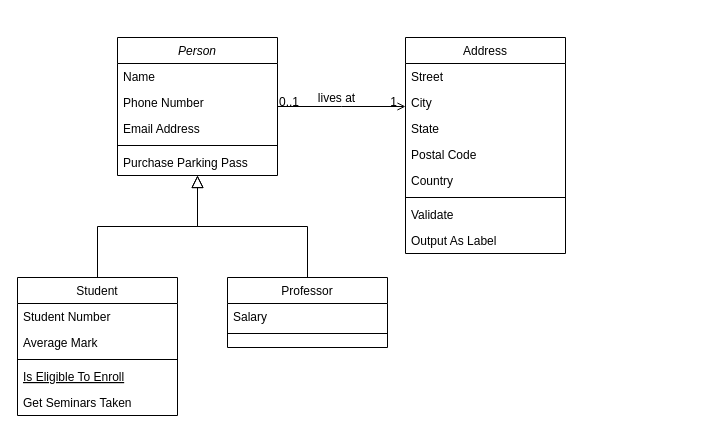
Before: Assignment9/Untitled Diagram.drawio in stevenbutz/CSCI-C212, a draw.io diagram. Source tidied: cells renumbered, new cells numbered last; positions are measured from the earlier drawing's top-left corner, leaving out a move shared by most shapes. Both pictures are drawn from the tidied source at 100%, with x=0, y=0 at pixel (17, 37).
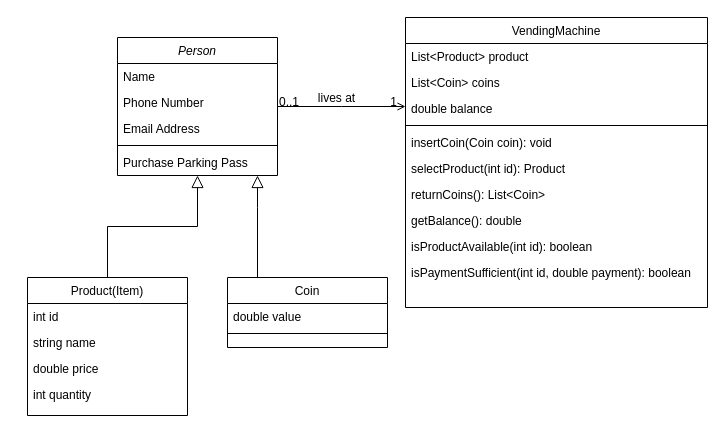
The same diagram, later.

The change refers to these unchanged cells:
```xml
<mxCell id="2" value="Person" style="swimlane;fontStyle=2;align=center;verticalAlign=top;horizontal=1;startSize=26;rounded=0;shadow=0;strokeWidth=1;" parent="1" vertex="1">
  <mxGeometry x="100" width="160" height="138" as="geometry" />
</mxCell>
```

Diff of the diagram source:
```diff
@@
-    <mxCell id="8" value="Student" style="swimlane;fontStyle=0;align=center;verticalAlign=top;horizontal=1;startSize=26;rounded=0;shadow=0;strokeWidth=1;" parent="1" vertex="1">
-      <mxGeometry y="240" width="160" height="138" as="geometry" />
+    <mxCell id="8" value="Product(Item)" style="swimlane;fontStyle=0;align=center;verticalAlign=top;horizontal=1;startSize=26;rounded=0;shadow=0;strokeWidth=1;" parent="1" vertex="1">
+      <mxGeometry x="10" y="240" width="160" height="138" as="geometry" />
     </mxCell>
-    <mxCell id="9" value="Student Number" style="text;align=left;verticalAlign=top;spacingLeft=4;spacingRight=4;overflow=hidden;" parent="8" vertex="1">
+    <mxCell id="9" value="int id" style="text;align=left;verticalAlign=top;spacingLeft=4;spacingRight=4;overflow=hidden;" parent="8" vertex="1">
       <mxGeometry y="26" width="160" height="26" as="geometry" />
     </mxCell>
-    <mxCell id="10" value="Average Mark" style="text;align=left;verticalAlign=top;spacingLeft=4;spacingRight=4;overflow=hidden;rounded=0;shadow=0;html=0;" parent="8" vertex="1">
+    <mxCell id="10" value="string name" style="text;align=left;verticalAlign=top;spacingLeft=4;spacingRight=4;overflow=hidden;rounded=0;shadow=0;html=0;" parent="8" vertex="1">
       <mxGeometry y="52" width="160" height="26" as="geometry" />
     </mxCell>
-    <mxCell id="11" style="line;html=1;strokeWidth=1;align=left;verticalAlign=middle;spacingTop=-1;spacingLeft=3;spacingRight=3;labelPosition=right;" parent="8" vertex="1">
-      <mxGeometry y="78" width="160" height="8" as="geometry" />
-    </mxCell>
-    <mxCell id="12" value="Is Eligible To Enroll" style="text;align=left;verticalAlign=top;spacingLeft=4;spacingRight=4;overflow=hidden;fontStyle=4;" parent="8" vertex="1">
-      <mxGeometry y="86" width="160" height="26" as="geometry" />
+    <mxCell id="12" value="double price" style="text;align=left;verticalAlign=top;spacingLeft=4;spacingRight=4;overflow=hidden;fontStyle=0;" parent="8" vertex="1">
+      <mxGeometry y="78" width="160" height="26" as="geometry" />
     </mxCell>
-    <mxCell id="13" value="Get Seminars Taken" style="text;align=left;verticalAlign=top;spacingLeft=4;spacingRight=4;overflow=hidden;" parent="8" vertex="1">
-      <mxGeometry y="112" width="160" height="26" as="geometry" />
+    <mxCell id="13" value="int quantity" style="text;align=left;verticalAlign=top;spacingLeft=4;spacingRight=4;overflow=hidden;" parent="8" vertex="1">
+      <mxGeometry y="104" width="160" height="26" as="geometry" />
     </mxCell>
@@
-    <mxCell id="15" value="Professor" style="swimlane;fontStyle=0;align=center;verticalAlign=top;horizontal=1;startSize=26;rounded=0;shadow=0;strokeWidth=1;" parent="1" vertex="1">
+    <mxCell id="15" value="Coin" style="swimlane;fontStyle=0;align=center;verticalAlign=top;horizontal=1;startSize=26;rounded=0;shadow=0;strokeWidth=1;" parent="1" vertex="1">
       <mxGeometry x="210" y="240" width="160" height="70" as="geometry" />
     </mxCell>
-    <mxCell id="16" value="Salary" style="text;align=left;verticalAlign=top;spacingLeft=4;spacingRight=4;overflow=hidden;" parent="15" vertex="1">
+    <mxCell id="16" value="double value" style="text;align=left;verticalAlign=top;spacingLeft=4;spacingRight=4;overflow=hidden;" parent="15" vertex="1">
       <mxGeometry y="26" width="160" height="26" as="geometry" />
     </mxCell>
@@
     <mxCell id="18" style="endArrow=block;endSize=10;endFill=0;shadow=0;strokeWidth=1;rounded=0;edgeStyle=elbowEdgeStyle;elbow=vertical;" parent="1" edge="1" source="15" target="2">
-      <mxGeometry relative="1" as="geometry" />
+      <mxGeometry relative="1" as="geometry">
+        <Array as="points">
+          <mxPoint x="240" y="170" />
+          <mxPoint x="270" y="180" />
+        </Array>
+      </mxGeometry>
     </mxCell>
-    <mxCell id="19" value="Address" style="swimlane;fontStyle=0;align=center;verticalAlign=top;horizontal=1;startSize=26;rounded=0;shadow=0;strokeWidth=1;" parent="1" vertex="1">
-      <mxGeometry x="388" width="160" height="216" as="geometry" />
+    <mxCell id="19" value="VendingMachine" style="swimlane;fontStyle=0;align=center;verticalAlign=top;horizontal=1;startSize=26;rounded=0;shadow=0;strokeWidth=1;" parent="1" vertex="1">
+      <mxGeometry x="388" y="-20" width="302" height="290" as="geometry" />
     </mxCell>
-    <mxCell id="20" value="Street" style="text;align=left;verticalAlign=top;spacingLeft=4;spacingRight=4;overflow=hidden;" parent="19" vertex="1">
-      <mxGeometry y="26" width="160" height="26" as="geometry" />
+    <mxCell id="20" value="List&lt;Product&gt; product" style="text;align=left;verticalAlign=top;spacingLeft=4;spacingRight=4;overflow=hidden;" parent="19" vertex="1">
+      <mxGeometry y="26" width="302" height="26" as="geometry" />
     </mxCell>
-    <mxCell id="21" value="City" style="text;align=left;verticalAlign=top;spacingLeft=4;spacingRight=4;overflow=hidden;rounded=0;shadow=0;html=0;" parent="19" vertex="1">
-      <mxGeometry y="52" width="160" height="26" as="geometry" />
+    <mxCell id="21" value="List&lt;Coin&gt; coins" style="text;align=left;verticalAlign=top;spacingLeft=4;spacingRight=4;overflow=hidden;rounded=0;shadow=0;html=0;" parent="19" vertex="1">
+      <mxGeometry y="52" width="302" height="26" as="geometry" />
     </mxCell>
-    <mxCell id="22" value="State" style="text;align=left;verticalAlign=top;spacingLeft=4;spacingRight=4;overflow=hidden;rounded=0;shadow=0;html=0;" parent="19" vertex="1">
-      <mxGeometry y="78" width="160" height="26" as="geometry" />
+    <mxCell id="22" value="double balance" style="text;align=left;verticalAlign=top;spacingLeft=4;spacingRight=4;overflow=hidden;rounded=0;shadow=0;html=0;" parent="19" vertex="1">
+      <mxGeometry y="78" width="302" height="26" as="geometry" />
     </mxCell>
+    <mxCell id="25" style="line;html=1;strokeWidth=1;align=left;verticalAlign=middle;spacingTop=-1;spacingLeft=3;spacingRight=3;labelPosition=right;" parent="19" vertex="1">
+      <mxGeometry y="104" width="302" height="8" as="geometry" />
+    </mxCell>
-    <mxCell id="23" value="Postal Code" style="text;align=left;verticalAlign=top;spacingLeft=4;spacingRight=4;overflow=hidden;rounded=0;shadow=0;html=0;" parent="19" vertex="1">
-      <mxGeometry y="104" width="160" height="26" as="geometry" />
+    <mxCell id="23" value="insertCoin(Coin coin): void" style="text;align=left;verticalAlign=top;spacingLeft=4;spacingRight=4;overflow=hidden;rounded=0;shadow=0;html=0;" parent="19" vertex="1">
+      <mxGeometry y="112" width="302" height="26" as="geometry" />
     </mxCell>
-    <mxCell id="24" value="Country" style="text;align=left;verticalAlign=top;spacingLeft=4;spacingRight=4;overflow=hidden;rounded=0;shadow=0;html=0;" parent="19" vertex="1">
-      <mxGeometry y="130" width="160" height="26" as="geometry" />
+    <mxCell id="24" value="selectProduct(int id): Product" style="text;align=left;verticalAlign=top;spacingLeft=4;spacingRight=4;overflow=hidden;rounded=0;shadow=0;html=0;" parent="19" vertex="1">
+      <mxGeometry y="138" width="302" height="26" as="geometry" />
     </mxCell>
-    <mxCell id="25" style="line;html=1;strokeWidth=1;align=left;verticalAlign=middle;spacingTop=-1;spacingLeft=3;spacingRight=3;labelPosition=right;" parent="19" vertex="1">
-      <mxGeometry y="156" width="160" height="8" as="geometry" />
-    </mxCell>
+    <mxCell id="27" value="returnCoins(): List&lt;Coin&gt;" style="text;align=left;verticalAlign=top;spacingLeft=4;spacingRight=4;overflow=hidden;" parent="19" vertex="1">
+      <mxGeometry y="164" width="302" height="26" as="geometry" />
+    </mxCell>
-    <mxCell id="26" value="Validate" style="text;align=left;verticalAlign=top;spacingLeft=4;spacingRight=4;overflow=hidden;" parent="19" vertex="1">
-      <mxGeometry y="164" width="160" height="26" as="geometry" />
+    <mxCell id="26" value="getBalance(): double" style="text;align=left;verticalAlign=top;spacingLeft=4;spacingRight=4;overflow=hidden;" parent="19" vertex="1">
+      <mxGeometry y="190" width="302" height="26" as="geometry" />
     </mxCell>
-    <mxCell id="27" value="Output As Label" style="text;align=left;verticalAlign=top;spacingLeft=4;spacingRight=4;overflow=hidden;" parent="19" vertex="1">
-      <mxGeometry y="190" width="160" height="26" as="geometry" />
-    </mxCell>
+    <mxCell id="32" value="isProductAvailable(int id): boolean" style="text;align=left;verticalAlign=top;spacingLeft=4;spacingRight=4;overflow=hidden;" parent="19" vertex="1">
+      <mxGeometry y="216" width="302" height="26" as="geometry" />
+    </mxCell>
+    <mxCell id="33" value="isPaymentSufficient(int id, double payment): boolean" style="text;align=left;verticalAlign=top;spacingLeft=4;spacingRight=4;overflow=hidden;" parent="19" vertex="1">
+      <mxGeometry y="242" width="302" height="26" as="geometry" />
+    </mxCell>
```
